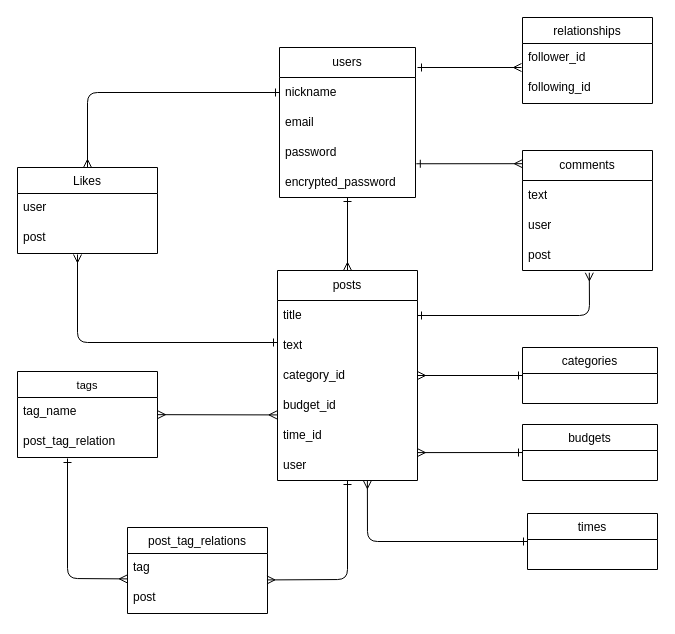
Earlier version of the draw.io diagram original.dio (MAYUMITAKEDA/original38838). Source tidied: cells renumbered, new cells numbered last; positions are measured from the earlier drawing's top-left corner, leaving out a move shared by most shapes. Both pictures are drawn from the tidied source at 100%, with x=0, y=0 at pixel (17, 17).
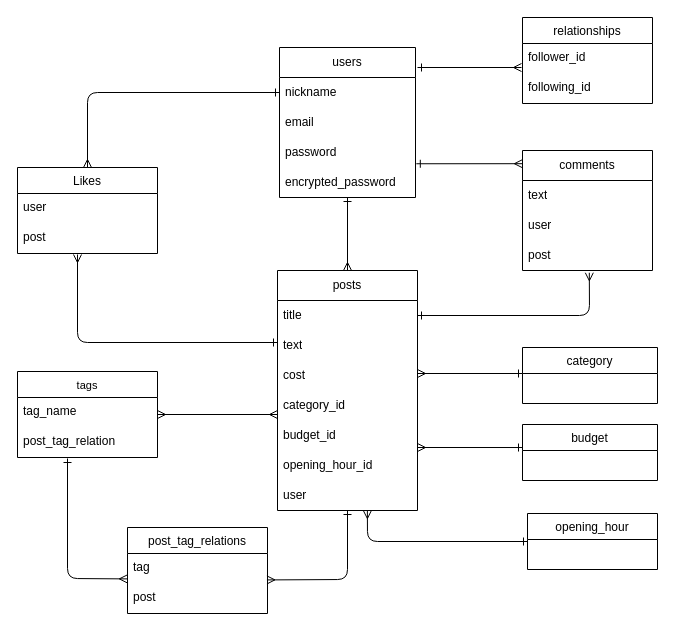
Above is the later version.

Unchanged cells that the change refers to:
```xml
<mxCell id="26" value="tags" style="swimlane;fontStyle=0;horizontal=1;startSize=26;align=center;fontSize=11;" parent="1" vertex="1">
  <mxGeometry y="354" width="140" height="86" as="geometry" />
</mxCell>
```

The edit, as a diff of the source:
```diff
@@
     <mxCell id="15" value="posts" style="swimlane;fontStyle=0;horizontal=1;startSize=30;whiteSpace=wrap;html=1;" parent="1" vertex="1">
-      <mxGeometry x="260" y="253" width="140" height="210" as="geometry" />
+      <mxGeometry x="260" y="253" width="140" height="240" as="geometry" />
     </mxCell>
@@
+    <mxCell id="45" value="cost" style="text;strokeColor=none;fillColor=none;align=left;verticalAlign=middle;spacingLeft=4;spacingRight=4;overflow=hidden;whiteSpace=wrap;html=1;" parent="15" vertex="1">
+      <mxGeometry y="90" width="140" height="30" as="geometry" />
+    </mxCell>
     <mxCell id="18" value="category_id" style="text;strokeColor=none;fillColor=none;align=left;verticalAlign=middle;spacingLeft=4;spacingRight=4;overflow=hidden;points=[[0,0.5],[1,0.5]];portConstraint=eastwest;whiteSpace=wrap;html=1;" parent="15" vertex="1">
-      <mxGeometry y="90" width="140" height="30" as="geometry" />
+      <mxGeometry y="120" width="140" height="30" as="geometry" />
     </mxCell>
     <mxCell id="19" value="budget_id" style="text;strokeColor=none;fillColor=none;align=left;verticalAlign=middle;spacingLeft=4;spacingRight=4;overflow=hidden;points=[[0,0.5],[1,0.5]];portConstraint=eastwest;whiteSpace=wrap;html=1;" parent="15" vertex="1">
-      <mxGeometry y="120" width="140" height="30" as="geometry" />
+      <mxGeometry y="150" width="140" height="30" as="geometry" />
     </mxCell>
-    <mxCell id="20" value="time_id" style="text;strokeColor=none;fillColor=none;align=left;verticalAlign=middle;spacingLeft=4;spacingRight=4;overflow=hidden;whiteSpace=wrap;html=1;" parent="15" vertex="1">
-      <mxGeometry y="150" width="140" height="30" as="geometry" />
+    <mxCell id="20" value="opening_hour_id" style="text;strokeColor=none;fillColor=none;align=left;verticalAlign=middle;spacingLeft=4;spacingRight=4;overflow=hidden;whiteSpace=wrap;html=1;" parent="15" vertex="1">
+      <mxGeometry y="180" width="140" height="30" as="geometry" />
     </mxCell>
     <mxCell id="21" value="user" style="text;strokeColor=none;fillColor=none;align=left;verticalAlign=middle;spacingLeft=4;spacingRight=4;overflow=hidden;points=[[0,0.5],[1,0.5]];portConstraint=eastwest;whiteSpace=wrap;html=1;" parent="15" vertex="1">
-      <mxGeometry y="180" width="140" height="30" as="geometry" />
+      <mxGeometry y="210" width="140" height="30" as="geometry" />
     </mxCell>
@@
-    <mxCell id="25" style="edgeStyle=none;html=1;entryX=-0.004;entryY=0.814;entryDx=0;entryDy=0;entryPerimeter=0;fontSize=12;startArrow=ERmany;startFill=0;endArrow=ERmany;endFill=0;" parent="1" edge="1" source="26" target="19">
+    <mxCell id="25" style="edgeStyle=none;html=1;fontSize=12;startArrow=ERmany;startFill=0;endArrow=ERmany;endFill=0;entryX=0;entryY=-0.2;entryDx=0;entryDy=0;entryPerimeter=0;" parent="1" edge="1" source="26" target="19">
       <mxGeometry relative="1" as="geometry" />
     </mxCell>
@@
-    <mxCell id="32" style="edgeStyle=none;html=1;exitX=0;exitY=0.5;exitDx=0;exitDy=0;entryX=1;entryY=0.5;entryDx=0;entryDy=0;fontSize=12;startArrow=ERone;startFill=0;endArrow=ERmany;endFill=0;" parent="1" edge="1" source="33" target="18">
-      <mxGeometry relative="1" as="geometry" />
+    <mxCell id="32" style="edgeStyle=none;html=1;exitX=0;exitY=0.5;exitDx=0;exitDy=0;fontSize=12;startArrow=ERone;startFill=0;endArrow=ERmany;endFill=0;" parent="1" edge="1">
+      <mxGeometry relative="1" as="geometry">
+        <mxPoint x="505" y="356" as="sourcePoint" />
+        <mxPoint x="400" y="356" as="targetPoint" />
+      </mxGeometry>
     </mxCell>
-    <mxCell id="33" value="categories" style="swimlane;fontStyle=0;horizontal=1;startSize=26;align=center;fontSize=12;" parent="1" vertex="1">
+    <mxCell id="33" value="category" style="swimlane;fontStyle=0;horizontal=1;startSize=26;align=center;fontSize=12;" parent="1" vertex="1">
       <mxGeometry x="505" y="330" width="135" height="56" as="geometry" />
     </mxCell>
-    <mxCell id="34" style="edgeStyle=none;html=1;entryX=0.999;entryY=0.07;entryDx=0;entryDy=0;entryPerimeter=0;fontSize=12;startArrow=ERone;startFill=0;endArrow=ERmany;endFill=0;" parent="1" edge="1" source="35" target="21">
-      <mxGeometry relative="1" as="geometry" />
+    <mxCell id="34" style="edgeStyle=none;html=1;fontSize=12;startArrow=ERone;startFill=0;endArrow=ERmany;endFill=0;exitX=0;exitY=0.411;exitDx=0;exitDy=0;exitPerimeter=0;" parent="1" edge="1" source="35">
+      <mxGeometry relative="1" as="geometry">
+        <mxPoint x="400" y="430" as="targetPoint" />
+      </mxGeometry>
     </mxCell>
-    <mxCell id="35" value="budgets" style="swimlane;fontStyle=0;horizontal=1;startSize=26;align=center;fontSize=12;" parent="1" vertex="1">
+    <mxCell id="35" value="budget" style="swimlane;fontStyle=0;horizontal=1;startSize=26;align=center;fontSize=12;" parent="1" vertex="1">
       <mxGeometry x="505" y="407" width="135" height="56" as="geometry" />
     </mxCell>
@@
-    <mxCell id="37" value="times" style="swimlane;fontStyle=0;horizontal=1;startSize=26;align=center;fontSize=12;" parent="1" vertex="1">
+    <mxCell id="37" value="opening_hour" style="swimlane;fontStyle=0;horizontal=1;startSize=26;align=center;fontSize=12;" parent="1" vertex="1">
       <mxGeometry x="510" y="496" width="130" height="56" as="geometry" />
     </mxCell>
```
